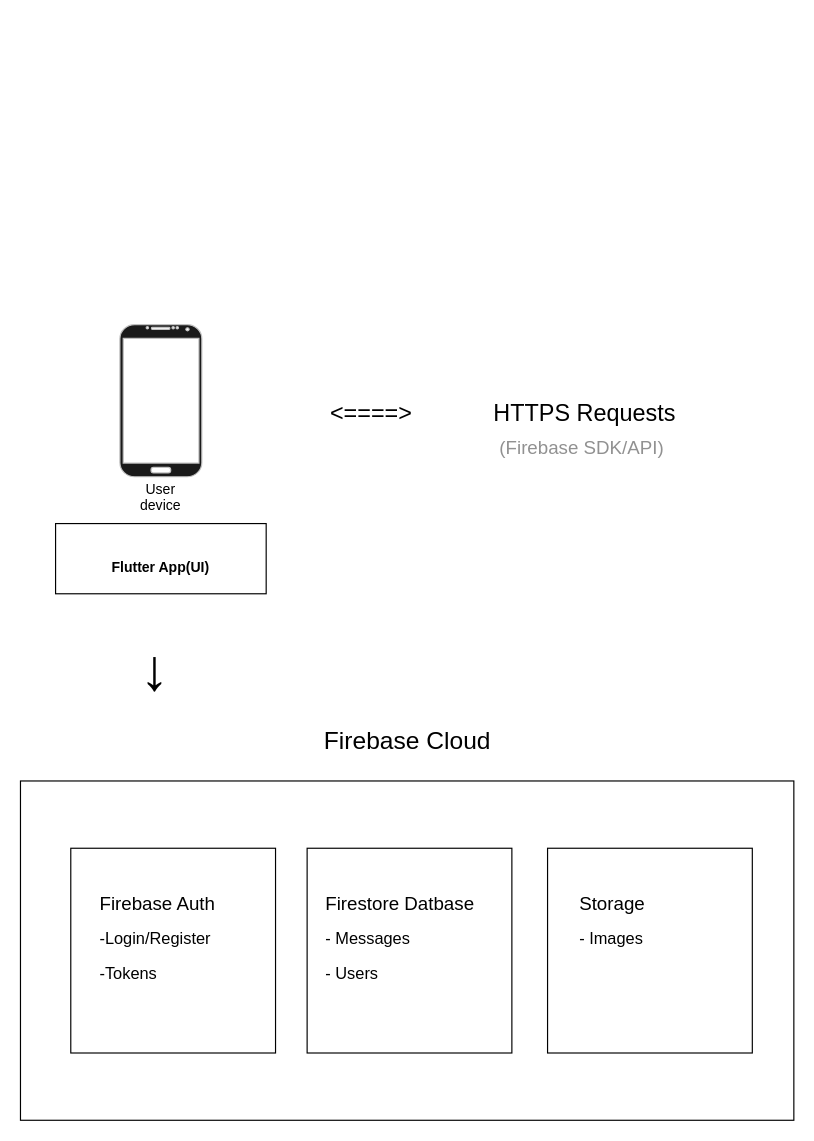
Above: chatly/deployment_diagram/deployment_diagram.drawio in YassenDimchov/Software-Development-Project (draw.io), before the change. Source tidied: cells renumbered, new cells numbered last; positions are measured from the earlier drawing's top-left corner, leaving out a move shared by most shapes. Both pictures are drawn from the tidied source at 117%, with x=0, y=0 at pixel (20, 324).
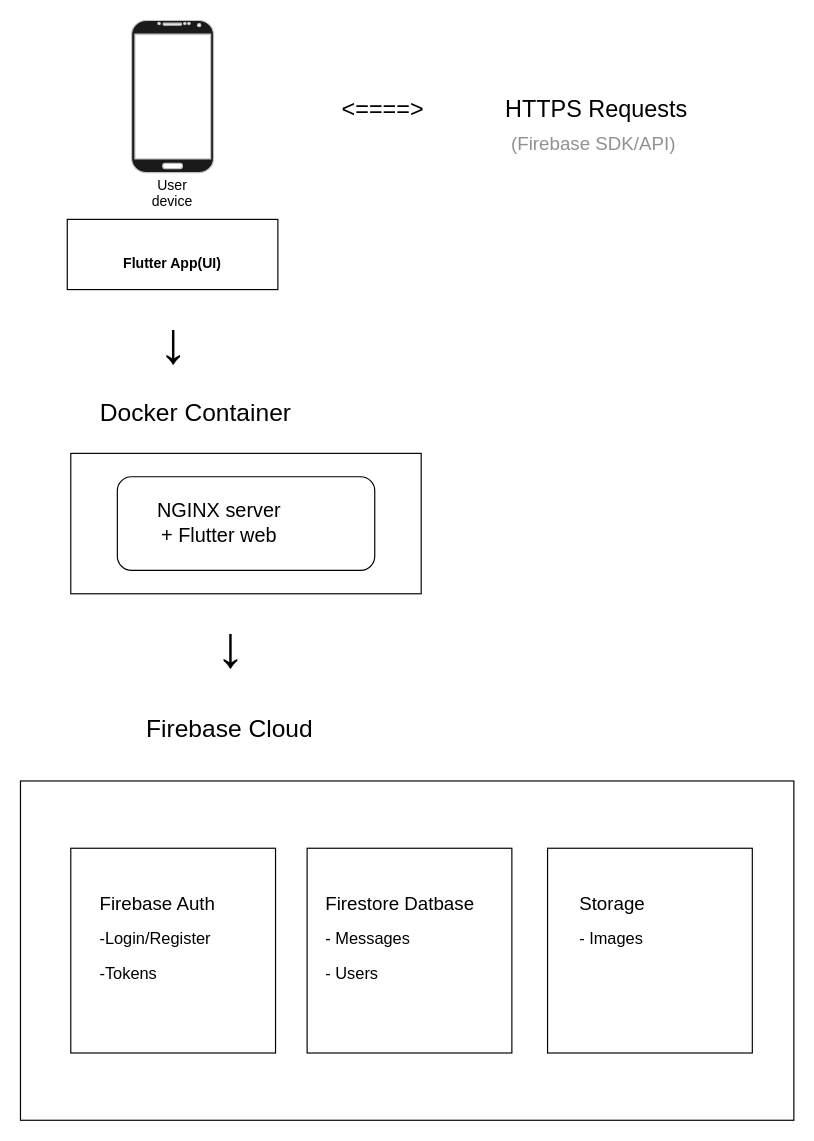
After the change.

Commit message (it also covers changes not shown here):
changes to deployment diagram and added documentation.

The edit, as a diff of the source:
```diff
@@
     <mxCell id="2" style="verticalLabelPosition=bottom;verticalAlign=top;html=1;shadow=0;dashed=0;strokeWidth=1;shape=mxgraph.android.phone2;strokeColor=#c0c0c0;fillColor=#1A1A1A;" parent="1" vertex="1">
-      <mxGeometry x="85" width="70" height="130" as="geometry" />
+      <mxGeometry x="95" y="-260" width="70" height="130" as="geometry" />
     </mxCell>
     <mxCell id="3" value="User device&lt;div&gt;&lt;br&gt;&lt;/div&gt;" style="text;html=1;align=center;verticalAlign=middle;whiteSpace=wrap;rounded=0;" parent="1" vertex="1">
-      <mxGeometry x="90" y="140" width="60" height="30" as="geometry" />
+      <mxGeometry x="100" y="-120" width="60" height="30" as="geometry" />
     </mxCell>
     <mxCell id="4" value="&lt;br&gt;&lt;b&gt;Flutter App(UI)&lt;/b&gt;" style="html=1;align=center;verticalAlign=middle;dashed=0;whiteSpace=wrap;" parent="1" vertex="1">
-      <mxGeometry x="30" y="170" width="180" height="60" as="geometry" />
+      <mxGeometry x="40" y="-90" width="180" height="60" as="geometry" />
     </mxCell>
@@
     <mxCell id="6" value="&lt;font style=&quot;font-size: 21px;&quot;&gt;Firebase Cloud&lt;/font&gt;" style="text;html=1;align=center;verticalAlign=middle;whiteSpace=wrap;rounded=0;" parent="1" vertex="1">
-      <mxGeometry x="242.5" y="340" width="176" height="30" as="geometry" />
+      <mxGeometry x="90.5" y="330" width="176" height="30" as="geometry" />
     </mxCell>
@@
     <mxCell id="18" value="&lt;font style=&quot;font-size: 20px;&quot;&gt;&amp;lt;====&amp;gt;&lt;/font&gt;" style="text;html=1;align=center;verticalAlign=middle;whiteSpace=wrap;rounded=0;" parent="1" vertex="1">
-      <mxGeometry x="270" y="60" width="60" height="30" as="geometry" />
+      <mxGeometry x="280" y="-200" width="60" height="30" as="geometry" />
     </mxCell>
     <mxCell id="19" value="&lt;font style=&quot;font-size: 50px;&quot;&gt;↓&lt;/font&gt;" style="text;html=1;align=center;verticalAlign=middle;whiteSpace=wrap;rounded=0;" parent="1" vertex="1">
-      <mxGeometry x="75" y="270" width="80" height="50" as="geometry" />
+      <mxGeometry x="90.5" y="-10" width="80" height="50" as="geometry" />
     </mxCell>
     <mxCell id="20" value="&lt;font style=&quot;font-size: 20px;&quot;&gt;HTTPS Requests&lt;/font&gt;" style="text;html=1;align=center;verticalAlign=middle;whiteSpace=wrap;rounded=0;" parent="1" vertex="1">
-      <mxGeometry x="400" y="60" width="164.5" height="30" as="geometry" />
+      <mxGeometry x="410" y="-200" width="164.5" height="30" as="geometry" />
     </mxCell>
     <mxCell id="21" value="&lt;font style=&quot;font-size: 16px; color: rgb(145, 145, 145);&quot;&gt;(Firebase SDK/API)&lt;/font&gt;" style="text;html=1;align=center;verticalAlign=middle;whiteSpace=wrap;rounded=0;" parent="1" vertex="1">
-      <mxGeometry x="400" y="90" width="160" height="30" as="geometry" />
+      <mxGeometry x="410" y="-170" width="160" height="30" as="geometry" />
     </mxCell>
+    <mxCell id="22" style="rounded=0;whiteSpace=wrap;html=1;" parent="1" vertex="1">
+      <mxGeometry x="43" y="110" width="299.5" height="120" as="geometry" />
+    </mxCell>
+    <mxCell id="23" value="&lt;font style=&quot;font-size: 50px;&quot;&gt;↓&lt;/font&gt;" style="text;html=1;align=center;verticalAlign=middle;whiteSpace=wrap;rounded=0;" parent="1" vertex="1">
+      <mxGeometry x="140" y="250" width="80" height="50" as="geometry" />
+    </mxCell>
+    <mxCell id="24" value="&lt;font style=&quot;font-size: 21px;&quot;&gt;Docker Container&lt;/font&gt;" style="text;html=1;align=center;verticalAlign=middle;whiteSpace=wrap;rounded=0;" parent="1" vertex="1">
+      <mxGeometry x="60" y="60" width="180" height="30" as="geometry" />
+    </mxCell>
+    <mxCell id="25" style="rounded=1;whiteSpace=wrap;html=1;" parent="1" vertex="1">
+      <mxGeometry x="82.8" y="130" width="220" height="80" as="geometry" />
+    </mxCell>
+    <mxCell id="26" value="&lt;font style=&quot;font-size: 17px;&quot;&gt;NGINX server&lt;/font&gt;&lt;div&gt;&lt;font style=&quot;font-size: 17px;&quot;&gt;+ Flutter web&lt;/font&gt;&lt;/div&gt;" style="text;html=1;align=center;verticalAlign=middle;whiteSpace=wrap;rounded=0;" parent="1" vertex="1">
+      <mxGeometry x="95" y="155" width="150" height="30" as="geometry" />
+    </mxCell>
```
